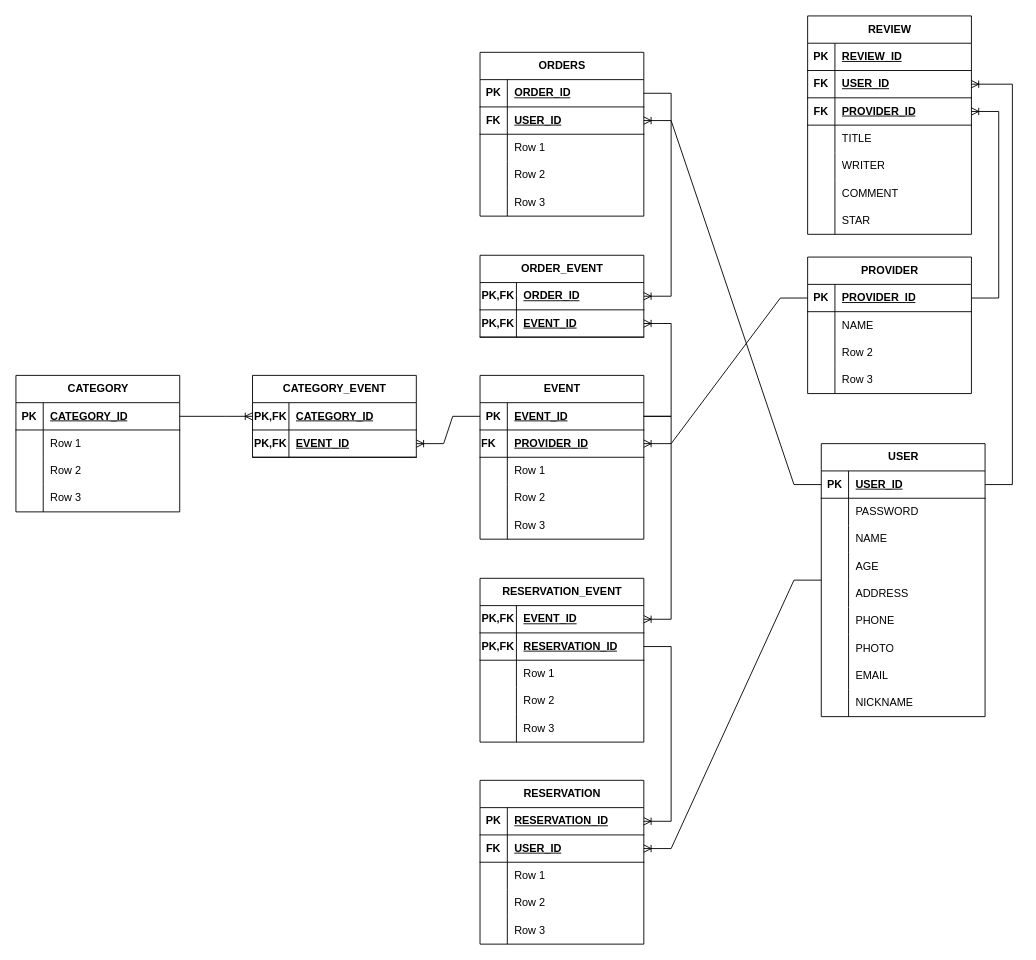
Before: EventLinkERD.drawio in leeheeweon/EventLink, a draw.io diagram. Source tidied: cells renumbered, new cells numbered last; positions are measured from the earlier drawing's top-left corner, leaving out a move shared by most shapes. Both pictures are drawn from the tidied source at 91%, with x=0, y=0 at pixel (15, 15).
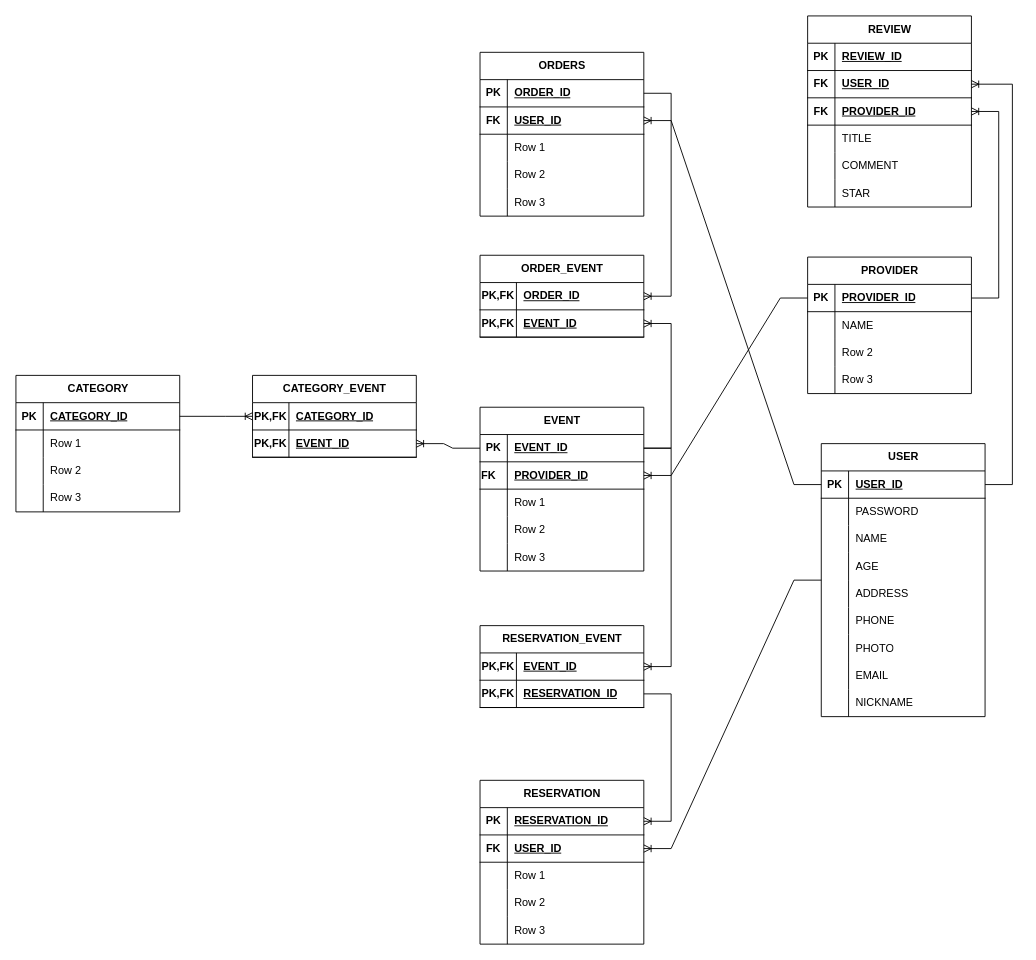
Above is the later version.

Change to the diagram source:
```diff
@@
     <mxCell id="30" value="EVENT" style="shape=table;startSize=30;childLayout=tableLayout;rowLines=0;fontStyle=1;align=center;html=1;" parent="1" vertex="1">
-      <mxGeometry x="510" y="395" width="180" height="180" as="geometry" />
+      <mxGeometry x="510" y="430" width="180" height="180" as="geometry" />
     </mxCell>
@@
     <mxCell id="75" value="REVIEW" style="shape=table;startSize=30;childLayout=tableLayout;rowLines=0;fontStyle=1;align=center;html=1;" parent="1" vertex="1">
-      <mxGeometry x="870" width="180" height="240" as="geometry" />
+      <mxGeometry x="870" width="180" height="210" as="geometry" />
     </mxCell>
@@
-    <mxCell id="88" style="shape=tableRow;horizontal=0;startSize=0;swimlaneHead=0;swimlaneBody=0;fillColor=none;top=0;left=0;right=0;bottom=0;" parent="75" vertex="1">
-      <mxGeometry y="150" width="180" height="30" as="geometry" />
-    </mxCell>
-    <mxCell id="89" style="shape=partialRectangle;fillColor=none;top=0;left=0;bottom=0;right=0;overflow=hidden;whiteSpace=wrap;html=1;" parent="88" vertex="1">
-      <mxGeometry width="30" height="30" as="geometry" />
-    </mxCell>
-    <mxCell id="90" value="WRITER" style="shape=partialRectangle;fillColor=none;top=0;left=0;bottom=0;right=0;align=left;spacingLeft=6;overflow=hidden;whiteSpace=wrap;html=1;" parent="88" vertex="1">
-      <mxGeometry x="30" width="150" height="30" as="geometry" />
-    </mxCell>
     <mxCell id="91" style="shape=tableRow;horizontal=0;startSize=0;swimlaneHead=0;swimlaneBody=0;fillColor=none;top=0;left=0;right=0;bottom=0;" parent="75" vertex="1">
-      <mxGeometry y="180" width="180" height="30" as="geometry" />
+      <mxGeometry y="150" width="180" height="30" as="geometry" />
     </mxCell>
@@
     <mxCell id="94" style="shape=tableRow;horizontal=0;startSize=0;swimlaneHead=0;swimlaneBody=0;fillColor=none;top=0;left=0;right=0;bottom=0;" parent="75" vertex="1">
-      <mxGeometry y="210" width="180" height="30" as="geometry" />
+      <mxGeometry y="180" width="180" height="30" as="geometry" />
     </mxCell>
@@
     <mxCell id="124" value="RESERVATION_EVENT" style="shape=table;startSize=30;childLayout=tableLayout;rowLines=0;fontStyle=1;align=center;html=1;" parent="1" vertex="1">
-      <mxGeometry x="510" y="618" width="180" height="180" as="geometry" />
+      <mxGeometry x="510" y="670" width="180" height="90" as="geometry" />
     </mxCell>
@@
-    <mxCell id="131" style="shape=tableRow;horizontal=0;startSize=0;swimlaneHead=0;swimlaneBody=0;fillColor=none;top=0;left=0;right=0;bottom=0;" parent="124" vertex="1">
-      <mxGeometry y="90" width="180" height="30" as="geometry" />
-    </mxCell>
-    <mxCell id="132" style="shape=partialRectangle;fillColor=none;top=0;left=0;bottom=0;right=0;overflow=hidden;whiteSpace=wrap;html=1;" parent="131" vertex="1">
-      <mxGeometry width="40" height="30" as="geometry" />
-    </mxCell>
-    <mxCell id="133" value="Row 1" style="shape=partialRectangle;fillColor=none;top=0;left=0;bottom=0;right=0;align=left;spacingLeft=6;overflow=hidden;whiteSpace=wrap;html=1;" parent="131" vertex="1">
-      <mxGeometry x="40" width="140" height="30" as="geometry" />
-    </mxCell>
-    <mxCell id="134" style="shape=tableRow;horizontal=0;startSize=0;swimlaneHead=0;swimlaneBody=0;fillColor=none;top=0;left=0;right=0;bottom=0;" parent="124" vertex="1">
-      <mxGeometry y="120" width="180" height="30" as="geometry" />
-    </mxCell>
-    <mxCell id="135" style="shape=partialRectangle;fillColor=none;top=0;left=0;bottom=0;right=0;overflow=hidden;whiteSpace=wrap;html=1;" parent="134" vertex="1">
-      <mxGeometry width="40" height="30" as="geometry" />
-    </mxCell>
-    <mxCell id="136" value="Row 2" style="shape=partialRectangle;fillColor=none;top=0;left=0;bottom=0;right=0;align=left;spacingLeft=6;overflow=hidden;whiteSpace=wrap;html=1;" parent="134" vertex="1">
-      <mxGeometry x="40" width="140" height="30" as="geometry" />
-    </mxCell>
-    <mxCell id="137" style="shape=tableRow;horizontal=0;startSize=0;swimlaneHead=0;swimlaneBody=0;fillColor=none;top=0;left=0;right=0;bottom=0;" parent="124" vertex="1">
-      <mxGeometry y="150" width="180" height="30" as="geometry" />
-    </mxCell>
-    <mxCell id="138" style="shape=partialRectangle;fillColor=none;top=0;left=0;bottom=0;right=0;overflow=hidden;whiteSpace=wrap;html=1;" parent="137" vertex="1">
-      <mxGeometry width="40" height="30" as="geometry" />
-    </mxCell>
-    <mxCell id="139" value="Row 3" style="shape=partialRectangle;fillColor=none;top=0;left=0;bottom=0;right=0;align=left;spacingLeft=6;overflow=hidden;whiteSpace=wrap;html=1;" parent="137" vertex="1">
-      <mxGeometry x="40" width="140" height="30" as="geometry" />
-    </mxCell>
```
